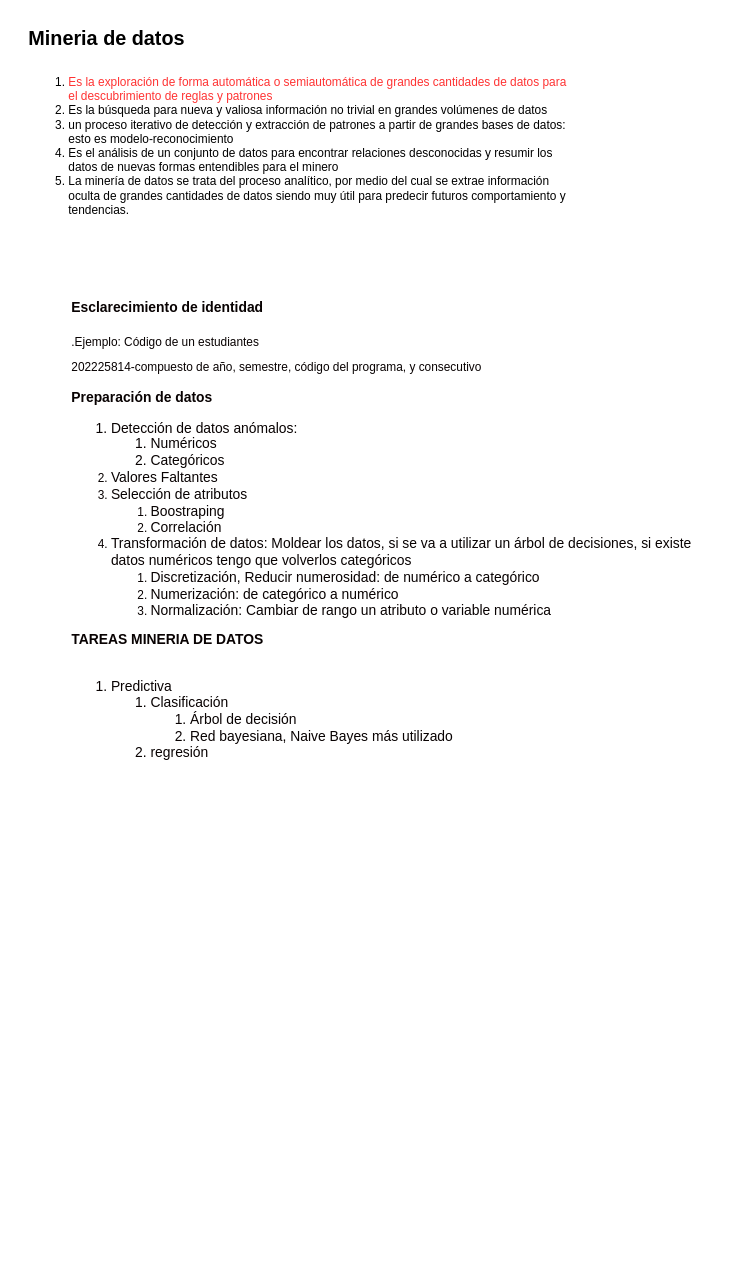
This is claseMineria.drawio from jesalazaro/ER-diagrams, a draw.io file, before an edit. Source tidied: cells renumbered, new cells numbered last; positions are measured from the earlier drawing's top-left corner, leaving out a move shared by most shapes. Both pictures are drawn from the tidied source at 99%, with x=0, y=0 at pixel (17, 17).
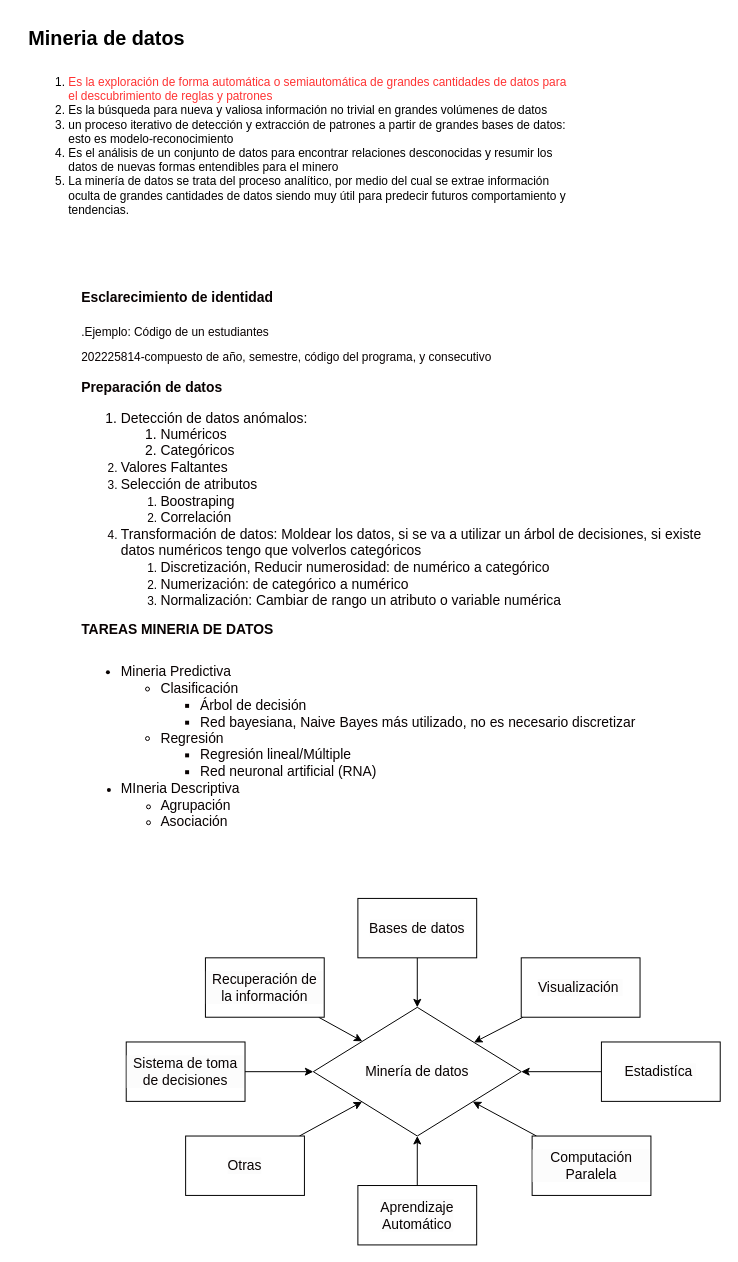
The same page after the edit.

Change to the diagram source:
```diff
@@
-    <mxCell id="4" value="&lt;h1&gt;&lt;font style=&quot;font-size: 14px;&quot;&gt;Esclarecimiento de identidad&amp;nbsp;&lt;/font&gt;&lt;/h1&gt;&lt;p&gt;.Ejemplo: Código de un estudiantes&lt;/p&gt;&lt;p&gt;202225814-compuesto de año, semestre, código del programa, y consecutivo&lt;/p&gt;&lt;p style=&quot;font-size: 14px;&quot;&gt;&lt;font style=&quot;font-size: 14px;&quot;&gt;&lt;b&gt;Preparación de datos&lt;/b&gt;&lt;/font&gt;&lt;/p&gt;&lt;p style=&quot;&quot;&gt;&lt;/p&gt;&lt;ol style=&quot;&quot;&gt;&lt;li style=&quot;font-size: 14px;&quot;&gt;Detección de datos anómalos:&amp;nbsp;&lt;/li&gt;&lt;ol style=&quot;font-size: 14px;&quot;&gt;&lt;li&gt;Numéricos&lt;/li&gt;&lt;li&gt;Categóricos&lt;/li&gt;&lt;/ol&gt;&lt;li style=&quot;&quot;&gt;&lt;span style=&quot;font-size: 14px;&quot;&gt;Valores Faltantes&lt;/span&gt;&lt;/li&gt;&lt;li style=&quot;&quot;&gt;&lt;span style=&quot;font-size: 14px;&quot;&gt;Selección de atributos&lt;/span&gt;&lt;/li&gt;&lt;ol&gt;&lt;li style=&quot;&quot;&gt;&lt;span style=&quot;font-size: 14px;&quot;&gt;Boostraping&lt;/span&gt;&lt;/li&gt;&lt;li style=&quot;&quot;&gt;&lt;span style=&quot;font-size: 14px;&quot;&gt;Correlación&lt;/span&gt;&lt;/li&gt;&lt;/ol&gt;&lt;li&gt;&lt;span style=&quot;font-size: 14px;&quot;&gt;Transformación de datos: Moldear los datos, si se va a utilizar un árbol&amp;nbsp;de decisiones, si existe datos numéricos tengo que volverlos categóricos&lt;/span&gt;&lt;/li&gt;&lt;ol&gt;&lt;li&gt;&lt;span style=&quot;font-size: 14px;&quot;&gt;Discretización, Reducir&amp;nbsp;numerosidad: de numérico a categórico&amp;nbsp;&lt;/span&gt;&lt;/li&gt;&lt;li&gt;&lt;span style=&quot;font-size: 14px;&quot;&gt;Numerización: de categórico&amp;nbsp;a&amp;nbsp;numérico&lt;/span&gt;&lt;/li&gt;&lt;li&gt;&lt;span style=&quot;font-size: 14px;&quot;&gt;Normalización: Cambiar de rango un atributo o variable numérica&lt;/span&gt;&lt;/li&gt;&lt;/ol&gt;&lt;/ol&gt;&lt;span style=&quot;font-size: 14px;&quot;&gt;&lt;b&gt;TAREAS MINERIA DE DATOS&lt;/b&gt;&lt;br&gt;&lt;br&gt;&lt;ol&gt;&lt;li&gt;&lt;span style=&quot;font-size: 14px;&quot;&gt;Predictiva&lt;/span&gt;&lt;/li&gt;&lt;ol&gt;&lt;li&gt;&lt;span style=&quot;font-size: 14px;&quot;&gt;Clasificación&lt;/span&gt;&lt;/li&gt;&lt;ol&gt;&lt;li&gt;Árbol de decisión&lt;/li&gt;&lt;li&gt;Red bayesiana, Naive Bayes más utilizado&lt;/li&gt;&lt;/ol&gt;&lt;li&gt;&lt;span style=&quot;font-size: 14px;&quot;&gt;regresión&lt;/span&gt;&lt;/li&gt;&lt;/ol&gt;&lt;/ol&gt;&lt;/span&gt;&lt;p&gt;&lt;/p&gt;" style="text;html=1;strokeColor=none;fillColor=none;spacing=5;spacingTop=-20;whiteSpace=wrap;overflow=hidden;rounded=0;fontSize=12;fontColor=#080202;" parent="1" vertex="1">
-      <mxGeometry x="50" y="270" width="650" height="560" as="geometry" />
+    <mxCell id="4" value="&lt;h1&gt;&lt;font style=&quot;font-size: 14px;&quot;&gt;Esclarecimiento de identidad&amp;nbsp;&lt;/font&gt;&lt;/h1&gt;&lt;p&gt;.Ejemplo: Código de un estudiantes&lt;/p&gt;&lt;p&gt;202225814-compuesto de año, semestre, código del programa, y consecutivo&lt;/p&gt;&lt;p style=&quot;font-size: 14px;&quot;&gt;&lt;font style=&quot;font-size: 14px;&quot;&gt;&lt;b&gt;Preparación de datos&lt;/b&gt;&lt;/font&gt;&lt;/p&gt;&lt;p style=&quot;&quot;&gt;&lt;/p&gt;&lt;ol style=&quot;&quot;&gt;&lt;li style=&quot;font-size: 14px;&quot;&gt;Detección de datos anómalos:&amp;nbsp;&lt;/li&gt;&lt;ol style=&quot;font-size: 14px;&quot;&gt;&lt;li&gt;Numéricos&lt;/li&gt;&lt;li&gt;Categóricos&lt;/li&gt;&lt;/ol&gt;&lt;li style=&quot;&quot;&gt;&lt;span style=&quot;font-size: 14px;&quot;&gt;Valores Faltantes&lt;/span&gt;&lt;/li&gt;&lt;li style=&quot;&quot;&gt;&lt;span style=&quot;font-size: 14px;&quot;&gt;Selección de atributos&lt;/span&gt;&lt;/li&gt;&lt;ol&gt;&lt;li style=&quot;&quot;&gt;&lt;span style=&quot;font-size: 14px;&quot;&gt;Boostraping&lt;/span&gt;&lt;/li&gt;&lt;li style=&quot;&quot;&gt;&lt;span style=&quot;font-size: 14px;&quot;&gt;Correlación&lt;/span&gt;&lt;/li&gt;&lt;/ol&gt;&lt;li&gt;&lt;span style=&quot;font-size: 14px;&quot;&gt;Transformación de datos: Moldear los datos, si se va a utilizar un árbol&amp;nbsp;de decisiones, si existe datos numéricos tengo que volverlos categóricos&lt;/span&gt;&lt;/li&gt;&lt;ol&gt;&lt;li&gt;&lt;span style=&quot;font-size: 14px;&quot;&gt;Discretización, Reducir&amp;nbsp;numerosidad: de numérico a categórico&amp;nbsp;&lt;/span&gt;&lt;/li&gt;&lt;li&gt;&lt;span style=&quot;font-size: 14px;&quot;&gt;Numerización: de categórico&amp;nbsp;a&amp;nbsp;numérico&lt;/span&gt;&lt;/li&gt;&lt;li&gt;&lt;span style=&quot;font-size: 14px;&quot;&gt;Normalización: Cambiar de rango un atributo o variable numérica&lt;/span&gt;&lt;/li&gt;&lt;/ol&gt;&lt;/ol&gt;&lt;b style=&quot;font-size: 14px;&quot;&gt;TAREAS MINERIA DE DATOS&lt;/b&gt;&lt;br&gt;&lt;br&gt;&lt;ul style=&quot;&quot;&gt;&lt;li style=&quot;font-size: 14px;&quot;&gt;&lt;span style=&quot;font-size: 14px;&quot;&gt;Mineria Predictiva&lt;/span&gt;&lt;/li&gt;&lt;ul style=&quot;&quot;&gt;&lt;li style=&quot;font-size: 14px;&quot;&gt;&lt;span style=&quot;font-size: 14px;&quot;&gt;Clasificación&lt;/span&gt;&lt;/li&gt;&lt;ul style=&quot;font-size: 14px;&quot;&gt;&lt;li&gt;Árbol de decisión&lt;/li&gt;&lt;li&gt;Red bayesiana, Naive Bayes más utilizado, no es necesario discretizar&lt;/li&gt;&lt;/ul&gt;&lt;li style=&quot;font-size: 14px;&quot;&gt;&lt;span style=&quot;font-size: 14px;&quot;&gt;Regresión&lt;/span&gt;&lt;/li&gt;&lt;ul style=&quot;font-size: 14px;&quot;&gt;&lt;li&gt;Regresión lineal/Múltiple&lt;/li&gt;&lt;li&gt;Red neuronal artificial (RNA)&lt;/li&gt;&lt;/ul&gt;&lt;/ul&gt;&lt;li&gt;&lt;span style=&quot;font-size: 14px;&quot;&gt;MIneria Descriptiva&lt;/span&gt;&lt;/li&gt;&lt;ul&gt;&lt;li&gt;&lt;span style=&quot;font-size: 14px;&quot;&gt;Agrupación&lt;/span&gt;&lt;/li&gt;&lt;li&gt;&lt;span style=&quot;font-size: 14px;&quot;&gt;Asociación&lt;/span&gt;&lt;/li&gt;&lt;/ul&gt;&lt;/ul&gt;&lt;p&gt;&lt;/p&gt;" style="text;html=1;strokeColor=none;fillColor=none;spacing=5;spacingTop=-20;whiteSpace=wrap;overflow=hidden;rounded=0;fontSize=12;fontColor=#080202;" parent="1" vertex="1">
+      <mxGeometry x="60" y="260" width="650" height="590" as="geometry" />
     </mxCell>
+    <mxCell id="5" value="Minería de datos" style="rhombus;whiteSpace=wrap;html=1;labelBackgroundColor=#FCFCFC;fontSize=14;fontColor=#080202;" parent="1" vertex="1">
+      <mxGeometry x="299" y="1000" width="210" height="130" as="geometry" />
+    </mxCell>
+    <mxCell id="6" style="edgeStyle=none;rounded=0;jettySize=auto;html=1;fontSize=14;fontColor=#080202;" parent="1" edge="1" source="7" target="5">
+      <mxGeometry relative="1" as="geometry" />
+    </mxCell>
+    <mxCell id="7" value="Bases de datos" style="rounded=0;whiteSpace=wrap;html=1;labelBackgroundColor=#FCFCFC;fontSize=14;fontColor=#080202;" parent="1" vertex="1">
+      <mxGeometry x="344" y="890" width="120" height="60" as="geometry" />
+    </mxCell>
+    <mxCell id="8" style="edgeStyle=none;rounded=0;jettySize=auto;html=1;fontSize=14;fontColor=#080202;" parent="1" edge="1" source="9" target="5">
+      <mxGeometry relative="1" as="geometry" />
+    </mxCell>
+    <mxCell id="9" value="Visualización&amp;nbsp;" style="rounded=0;whiteSpace=wrap;html=1;labelBackgroundColor=#FCFCFC;fontSize=14;fontColor=#080202;" parent="1" vertex="1">
+      <mxGeometry x="509" y="950" width="120" height="60" as="geometry" />
+    </mxCell>
+    <mxCell id="10" style="edgeStyle=none;rounded=0;jettySize=auto;html=1;fontSize=14;fontColor=#080202;" parent="1" edge="1" source="11" target="5">
+      <mxGeometry relative="1" as="geometry" />
+    </mxCell>
+    <mxCell id="11" value="Estadistíca&amp;nbsp;" style="rounded=0;whiteSpace=wrap;html=1;labelBackgroundColor=#FCFCFC;fontSize=14;fontColor=#080202;" parent="1" vertex="1">
+      <mxGeometry x="590" y="1035" width="120" height="60" as="geometry" />
+    </mxCell>
+    <mxCell id="12" style="edgeStyle=none;rounded=0;jettySize=auto;html=1;fontSize=14;fontColor=#080202;" parent="1" edge="1" source="13" target="5">
+      <mxGeometry relative="1" as="geometry" />
+    </mxCell>
+    <mxCell id="13" value="Computación Paralela" style="rounded=0;whiteSpace=wrap;html=1;labelBackgroundColor=#FCFCFC;fontSize=14;fontColor=#080202;" parent="1" vertex="1">
+      <mxGeometry x="520" y="1130" width="120" height="60" as="geometry" />
+    </mxCell>
+    <mxCell id="14" style="edgeStyle=none;rounded=0;jettySize=auto;html=1;fontSize=14;fontColor=#080202;" parent="1" edge="1" source="15" target="5">
+      <mxGeometry relative="1" as="geometry" />
+    </mxCell>
+    <mxCell id="15" value="Aprendizaje&lt;br&gt;Automático" style="rounded=0;whiteSpace=wrap;html=1;labelBackgroundColor=#FCFCFC;fontSize=14;fontColor=#080202;" parent="1" vertex="1">
+      <mxGeometry x="344" y="1180" width="120" height="60" as="geometry" />
+    </mxCell>
+    <mxCell id="16" style="edgeStyle=none;rounded=0;jettySize=auto;html=1;fontSize=14;fontColor=#080202;" parent="1" edge="1" source="17" target="5">
+      <mxGeometry relative="1" as="geometry" />
+    </mxCell>
+    <mxCell id="17" value="Otras" style="rounded=0;whiteSpace=wrap;html=1;labelBackgroundColor=#FCFCFC;fontSize=14;fontColor=#080202;" parent="1" vertex="1">
+      <mxGeometry x="170" y="1130" width="120" height="60" as="geometry" />
+    </mxCell>
+    <mxCell id="18" style="edgeStyle=none;rounded=0;jettySize=auto;html=1;fontSize=14;fontColor=#080202;" parent="1" edge="1" source="19" target="5">
+      <mxGeometry relative="1" as="geometry" />
+    </mxCell>
+    <mxCell id="19" value="Sistema de toma de decisiones" style="rounded=0;whiteSpace=wrap;html=1;labelBackgroundColor=#FCFCFC;fontSize=14;fontColor=#080202;" parent="1" vertex="1">
+      <mxGeometry x="110" y="1035" width="120" height="60" as="geometry" />
+    </mxCell>
+    <mxCell id="20" style="edgeStyle=none;rounded=0;jettySize=auto;html=1;fontSize=14;fontColor=#080202;" parent="1" edge="1" source="21" target="5">
+      <mxGeometry relative="1" as="geometry" />
+    </mxCell>
+    <mxCell id="21" value="Recuperación de la información" style="rounded=0;whiteSpace=wrap;html=1;labelBackgroundColor=#FCFCFC;fontSize=14;fontColor=#080202;" parent="1" vertex="1">
+      <mxGeometry x="190" y="950" width="120" height="60" as="geometry" />
+    </mxCell>
```
